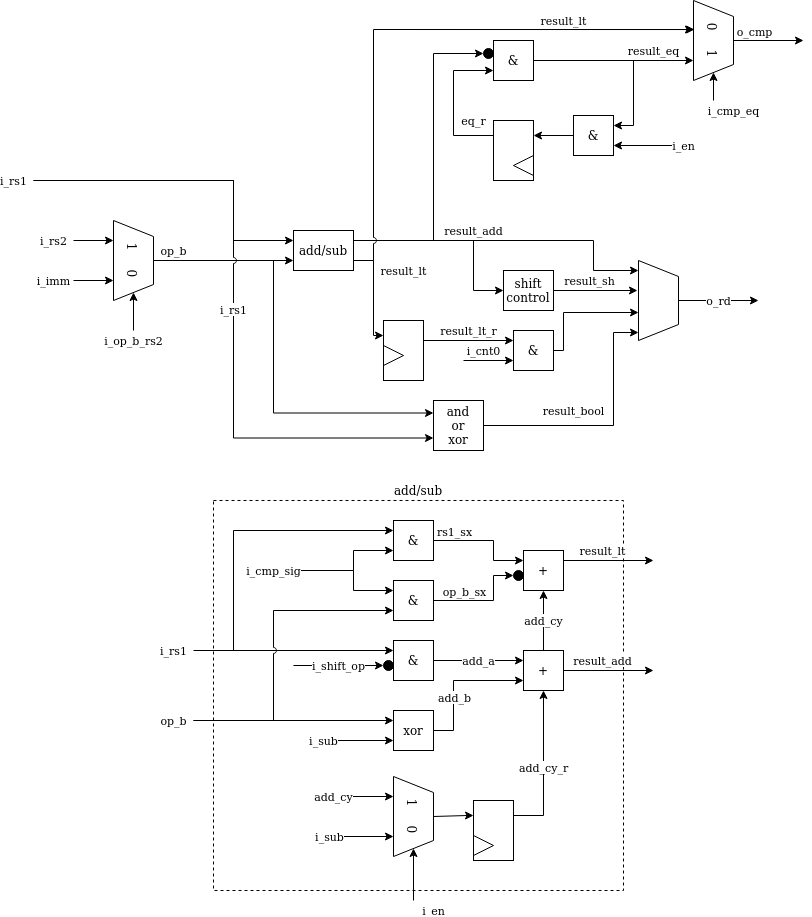
Above: doc/serv_alu_int.png in olofk/serv (draw.io), before the change. Source tidied: cells renumbered, new cells last; positions are measured from the earlier drawing's top-left corner, leaving out a move shared by most shapes.
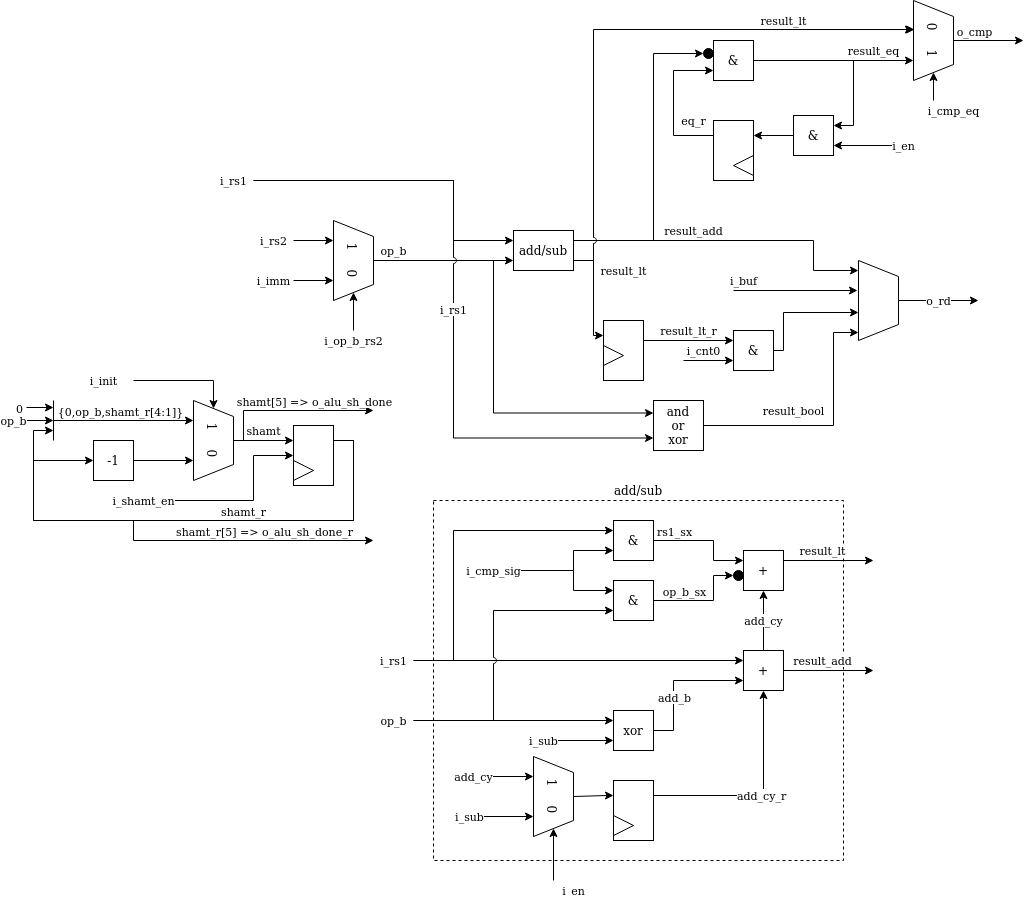
After the commit.

Commit message:
Optimize shift operations

What changed in the source:
```diff
@@ -3,16 +3,8 @@
     <mxCell id="0" />
     <mxCell id="1" parent="0" />
     <mxCell id="2" value="add/sub" style="rounded=0;whiteSpace=wrap;html=1;fillColor=none;dashed=1;labelPosition=center;verticalLabelPosition=top;align=center;verticalAlign=bottom;" parent="1" vertex="1">
-      <mxGeometry x="180" y="480" width="410" height="390" as="geometry" />
+      <mxGeometry x="180" y="480" width="410" height="360" as="geometry" />
     </mxCell>
-    <mxCell id="3" style="edgeStyle=orthogonalEdgeStyle;rounded=0;jettySize=auto;html=1;exitX=1;exitY=0.25;exitDx=0;exitDy=0;entryX=0;entryY=0.5;entryDx=0;entryDy=0;" parent="1" edge="1" source="5" target="71">
-      <mxGeometry relative="1" as="geometry">
-        <Array as="points">
-          <mxPoint x="440" y="220" />
-          <mxPoint x="440" y="270" />
-        </Array>
-      </mxGeometry>
-    </mxCell>
     <mxCell id="4" style="edgeStyle=orthogonalEdgeStyle;rounded=0;jumpStyle=arc;jettySize=auto;html=1;exitX=1;exitY=0.25;exitDx=0;exitDy=0;entryX=0;entryY=0.5;entryDx=0;entryDy=0;" parent="1" edge="1" source="5" target="35">
       <mxGeometry relative="1" as="geometry">
         <Array as="points">
@@ -49,9 +41,9 @@
     <mxCell id="10" value="+" style="whiteSpace=wrap;html=1;" parent="1" vertex="1">
       <mxGeometry x="490" y="630" width="40" height="40" as="geometry" />
     </mxCell>
-    <mxCell id="11" value="i_rs1" style="edgeStyle=orthogonalEdgeStyle;rounded=0;jettySize=auto;html=1;entryX=0;entryY=0.25;entryDx=0;entryDy=0;jumpStyle=arc;" parent="1" edge="1" target="26">
+    <mxCell id="11" value="i_rs1" style="edgeStyle=orthogonalEdgeStyle;rounded=0;jettySize=auto;html=1;entryX=0;entryY=0.25;entryDx=0;entryDy=0;jumpStyle=arc;" parent="1" edge="1" target="10">
       <mxGeometry x="-1" y="-20" relative="1" as="geometry">
-        <mxPoint x="160" y="630" as="sourcePoint" />
+        <mxPoint x="160" y="640" as="sourcePoint" />
         <mxPoint x="-20" y="-20" as="offset" />
       </mxGeometry>
     </mxCell>
@@ -82,9 +74,9 @@
     </mxCell>
     <mxCell id="17" style="edgeStyle=orthogonalEdgeStyle;rounded=0;jettySize=auto;html=1;entryX=0;entryY=0.25;entryDx=0;entryDy=0;" parent="1" edge="1" target="16">
       <mxGeometry x="0.56" y="5" relative="1" as="geometry">
-        <mxPoint x="220" y="630" as="sourcePoint" />
+        <mxPoint x="160" y="640" as="sourcePoint" />
         <Array as="points">
-          <mxPoint x="200" y="630" />
+          <mxPoint x="200" y="640" />
           <mxPoint x="200" y="510" />
         </Array>
         <mxPoint x="-5" y="5" as="offset" />
@@ -138,26 +130,6 @@
         <mxPoint x="-19" y="-13" as="offset" />
       </mxGeometry>
     </mxCell>
-    <mxCell id="25" style="group;" parent="1" vertex="1">
-      <mxGeometry x="350" y="620" width="50" height="40" as="geometry" />
-    </mxCell>
-    <mxCell id="26" value="&amp;amp;" style="whiteSpace=wrap;html=1;" parent="25" vertex="1">
-      <mxGeometry x="10" width="40" height="40" as="geometry" />
-    </mxCell>
-    <mxCell id="27" style="ellipse;whiteSpace=wrap;html=1;fillColor=#000000;" parent="25" vertex="1">
-      <mxGeometry y="20" width="10" height="10" as="geometry" />
-    </mxCell>
-    <mxCell id="28" value="i_shift_op" style="edgeStyle=orthogonalEdgeStyle;rounded=0;jettySize=auto;html=1;entryX=0;entryY=0.5;entryDx=0;entryDy=0;" parent="1" edge="1" target="27">
-      <mxGeometry relative="1" as="geometry">
-        <mxPoint x="260" y="645" as="sourcePoint" />
-      </mxGeometry>
-    </mxCell>
-    <mxCell id="29" value="&lt;div&gt;&lt;br&gt;&lt;/div&gt;" style="edgeLabel;html=1;align=center;verticalAlign=middle;" parent="28" vertex="1">
-      <mxGeometry x="-0.39" y="-16" relative="1" as="geometry" />
-    </mxCell>
-    <mxCell id="30" value="add_a" style="edgeStyle=orthogonalEdgeStyle;rounded=0;jumpStyle=arc;jettySize=auto;html=1;exitX=1;exitY=0.5;exitDx=0;exitDy=0;entryX=0;entryY=0.25;entryDx=0;entryDy=0;" parent="1" edge="1" source="26" target="10">
-      <mxGeometry relative="1" as="geometry" />
-    </mxCell>
     <mxCell id="31" value="add_cy_r" style="edgeStyle=orthogonalEdgeStyle;rounded=0;jettySize=auto;html=1;entryX=0.5;entryY=1;entryDx=0;entryDy=0;exitX=1;exitY=0.25;exitDx=0;exitDy=0;" parent="1" edge="1" source="50" target="10">
       <mxGeometry relative="1" as="geometry" />
     </mxCell>
@@ -227,7 +199,7 @@
       </mxGeometry>
     </mxCell>
     <mxCell id="49" style="group;" parent="1" vertex="1">
-      <mxGeometry x="440" y="780" width="40" height="60" as="geometry" />
+      <mxGeometry x="360" y="760" width="40" height="60" as="geometry" />
     </mxCell>
     <mxCell id="50" style="rounded=0;whiteSpace=wrap;html=1;" parent="49" vertex="1">
       <mxGeometry width="40" height="60" as="geometry" />
@@ -239,27 +211,27 @@
       <mxGeometry relative="1" as="geometry" />
     </mxCell>
     <mxCell id="53" value="1&amp;nbsp;&amp;nbsp;&amp;nbsp;&amp;nbsp; 0" style="shape=trapezoid;perimeter=trapezoidPerimeter;whiteSpace=wrap;html=1;rotation=90;" parent="1" vertex="1">
-      <mxGeometry x="340" y="776" width="80" height="40" as="geometry" />
+      <mxGeometry x="260" y="756" width="80" height="40" as="geometry" />
     </mxCell>
     <mxCell id="54" value="i_en" style="edgeStyle=orthogonalEdgeStyle;rounded=0;jettySize=auto;html=1;entryX=1;entryY=0.5;entryDx=0;entryDy=0;" parent="1" edge="1" target="53">
       <mxGeometry x="-1" y="-10" relative="1" as="geometry">
-        <mxPoint x="380" y="880" as="sourcePoint" />
+        <mxPoint x="300" y="860" as="sourcePoint" />
         <mxPoint x="10" y="10" as="offset" />
       </mxGeometry>
     </mxCell>
     <mxCell id="55" value="add_cy" style="edgeStyle=orthogonalEdgeStyle;rounded=0;jettySize=auto;html=1;entryX=0.25;entryY=1;entryDx=0;entryDy=0;" parent="1" edge="1" target="53">
       <mxGeometry x="-0.43" y="-10" relative="1" as="geometry">
-        <mxPoint x="290" y="776" as="sourcePoint" />
+        <mxPoint x="210" y="756" as="sourcePoint" />
         <Array as="points">
-          <mxPoint x="310" y="776" />
-          <mxPoint x="310" y="776" />
+          <mxPoint x="230" y="756" />
+          <mxPoint x="230" y="756" />
         </Array>
         <mxPoint x="-10" y="-10" as="offset" />
       </mxGeometry>
     </mxCell>
     <mxCell id="56" value="i_sub" style="edgeStyle=orthogonalEdgeStyle;rounded=0;jettySize=auto;html=1;entryX=0.75;entryY=1;entryDx=0;entryDy=0;" parent="1" edge="1" target="53">
       <mxGeometry x="-0.2" y="-28" relative="1" as="geometry">
-        <mxPoint x="300" y="816" as="sourcePoint" />
+        <mxPoint x="220" y="796" as="sourcePoint" />
         <mxPoint x="-28" y="-28" as="offset" />
       </mxGeometry>
     </mxCell>
@@ -306,8 +278,10 @@
         </Array>
       </mxGeometry>
     </mxCell>
-    <mxCell id="65" value="result_sh" style="edgeStyle=orthogonalEdgeStyle;rounded=0;jumpStyle=arc;jettySize=auto;html=1;entryX=0.375;entryY=1.025;entryDx=0;entryDy=0;entryPerimeter=0;exitX=1;exitY=0.5;exitDx=0;exitDy=0;" parent="1" edge="1" source="71" target="63">
-      <mxGeometry x="-0.14" y="10" relative="1" as="geometry" />
+    <mxCell id="65" value="i_buf" style="edgeStyle=orthogonalEdgeStyle;rounded=0;jumpStyle=arc;jettySize=auto;html=1;entryX=0.375;entryY=1.025;entryDx=0;entryDy=0;entryPerimeter=0;" parent="1" edge="1" target="63">
+      <mxGeometry x="-0.84" y="10" relative="1" as="geometry">
+        <mxPoint x="480" y="270" as="sourcePoint" />
+      </mxGeometry>
     </mxCell>
     <mxCell id="66" style="edgeStyle=orthogonalEdgeStyle;rounded=0;jumpStyle=arc;jettySize=auto;html=1;exitX=1;exitY=0.5;exitDx=0;exitDy=0;" parent="1" edge="1" source="67">
       <mxGeometry x="0.13" y="12" relative="1" as="geometry">
@@ -340,9 +314,6 @@
         </Array>
       </mxGeometry>
     </mxCell>
-    <mxCell id="71" value="&lt;div&gt;shift&lt;/div&gt;&lt;div&gt;control&lt;br&gt;&lt;/div&gt;" style="rounded=0;whiteSpace=wrap;html=1;" parent="1" vertex="1">
-      <mxGeometry x="470" y="250" width="50" height="40" as="geometry" />
-    </mxCell>
     <mxCell id="72" value="result_lt" style="edgeStyle=orthogonalEdgeStyle;rounded=0;jumpStyle=arc;jettySize=auto;html=1;entryX=0;entryY=0.25;entryDx=0;entryDy=0;exitX=1;exitY=0.75;exitDx=0;exitDy=0;" parent="1" edge="1" source="5" target="41">
       <mxGeometry x="-0.62" y="-32" relative="1" as="geometry">
         <Array as="points">
@@ -416,5 +387,136 @@
         </Array>
       </mxGeometry>
     </mxCell>
+    <mxCell id="84" style="group;" parent="1" vertex="1">
+      <mxGeometry x="40" y="405" width="40" height="60" as="geometry" />
+    </mxCell>
+    <mxCell id="85" style="rounded=0;whiteSpace=wrap;html=1;" parent="84" vertex="1">
+      <mxGeometry width="40" height="60" as="geometry" />
+    </mxCell>
+    <mxCell id="86" style="triangle;whiteSpace=wrap;html=1;" parent="84" vertex="1">
+      <mxGeometry y="35" width="20" height="20" as="geometry" />
+    </mxCell>
+    <mxCell id="87" value="shamt" style="edgeStyle=orthogonalEdgeStyle;rounded=0;jettySize=auto;html=1;exitX=0.5;exitY=0;exitDx=0;exitDy=0;entryX=0;entryY=0.25;entryDx=0;entryDy=0;" parent="1" edge="1" source="88" target="85">
+      <mxGeometry y="10" relative="1" as="geometry" />
+    </mxCell>
+    <mxCell id="88" value="1&amp;nbsp;&amp;nbsp;&amp;nbsp;&amp;nbsp; 0" style="shape=trapezoid;perimeter=trapezoidPerimeter;whiteSpace=wrap;html=1;rotation=90;" parent="1" vertex="1">
+      <mxGeometry x="-80" y="400" width="80" height="40" as="geometry" />
+    </mxCell>
+    <mxCell id="89" value="i_init" style="edgeStyle=orthogonalEdgeStyle;rounded=0;jettySize=auto;html=1;entryX=0;entryY=0.5;entryDx=0;entryDy=0;jumpStyle=arc;" parent="1" edge="1" target="88">
+      <mxGeometry x="-1" y="-30" relative="1" as="geometry">
+        <mxPoint x="-120" y="360" as="sourcePoint" />
+        <mxPoint x="-30" y="-30" as="offset" />
+      </mxGeometry>
+    </mxCell>
+    <mxCell id="90" style="edgeStyle=orthogonalEdgeStyle;rounded=0;jettySize=auto;html=1;exitX=1;exitY=0.5;exitDx=0;exitDy=0;entryX=0.75;entryY=1;entryDx=0;entryDy=0;" parent="1" edge="1" source="91" target="88">
+      <mxGeometry relative="1" as="geometry" />
+    </mxCell>
+    <mxCell id="91" value="-1" style="whiteSpace=wrap;html=1;" parent="1" vertex="1">
+      <mxGeometry x="-160" y="420" width="40" height="40" as="geometry" />
+    </mxCell>
+    <mxCell id="92" style="endArrow=none;html=1;" parent="1" edge="1">
+      <mxGeometry relative="1" as="geometry">
+        <mxPoint x="-200" y="420" as="sourcePoint" />
+        <mxPoint x="-200" y="380" as="targetPoint" />
+      </mxGeometry>
+    </mxCell>
+    <mxCell id="93" style="edgeStyle=orthogonalEdgeStyle;rounded=0;jettySize=auto;html=1;entryX=0.25;entryY=1;entryDx=0;entryDy=0;" parent="1" edge="1" target="88">
+      <mxGeometry relative="1" as="geometry">
+        <mxPoint x="-200" y="400" as="sourcePoint" />
+      </mxGeometry>
+    </mxCell>
+    <mxCell id="94" value="{0,op_b,shamt_r[4:1]}" style="edgeLabel;html=1;align=center;verticalAlign=middle;" parent="93" vertex="1">
+      <mxGeometry x="-0.3" y="-3" relative="1" as="geometry">
+        <mxPoint x="17" y="-13" as="offset" />
+      </mxGeometry>
+    </mxCell>
+    <mxCell id="95" style="edgeStyle=orthogonalEdgeStyle;rounded=0;orthogonalLoop=1;jettySize=auto;html=1;" parent="1" edge="1">
+      <mxGeometry relative="1" as="geometry">
+        <mxPoint x="-227" y="387" as="sourcePoint" />
+        <mxPoint x="-200" y="387" as="targetPoint" />
+      </mxGeometry>
+    </mxCell>
+    <mxCell id="96" value="0" style="edgeLabel;html=1;align=center;verticalAlign=middle;" parent="95" vertex="1">
+      <mxGeometry x="-0.3" y="-3" relative="1" as="geometry">
+        <mxPoint x="-17" y="-3" as="offset" />
+      </mxGeometry>
+    </mxCell>
+    <mxCell id="97" style="edgeStyle=orthogonalEdgeStyle;rounded=0;jettySize=auto;html=1;exitX=0.5;exitY=0;exitDx=0;exitDy=0;" parent="1" edge="1" source="88">
+      <mxGeometry x="-0.33" y="10" relative="1" as="geometry">
+        <mxPoint x="120" y="390" as="targetPoint" />
+        <Array as="points">
+          <mxPoint x="-10" y="420" />
+          <mxPoint x="-10" y="390" />
+        </Array>
+      </mxGeometry>
+    </mxCell>
+    <mxCell id="98" value="shamt[5] =&amp;gt; o_alu_sh_done" style="edgeLabel;html=1;align=center;verticalAlign=middle;" parent="97" vertex="1">
+      <mxGeometry x="0.28" y="-1" relative="1" as="geometry">
+        <mxPoint x="1" y="-11" as="offset" />
+      </mxGeometry>
+    </mxCell>
+    <mxCell id="99" style="edgeStyle=orthogonalEdgeStyle;rounded=0;jettySize=auto;html=1;exitX=1;exitY=0.25;exitDx=0;exitDy=0;" parent="1" edge="1" source="85">
+      <mxGeometry relative="1" as="geometry">
+        <mxPoint x="120" y="520" as="targetPoint" />
+        <Array as="points">
+          <mxPoint x="100" y="420" />
+          <mxPoint x="100" y="500" />
+          <mxPoint x="-120" y="500" />
+          <mxPoint x="-120" y="520" />
+        </Array>
+      </mxGeometry>
+    </mxCell>
+    <mxCell id="100" value="shamt_r[5] =&amp;gt; o_alu_sh_done_r" style="edgeLabel;html=1;align=center;verticalAlign=middle;" parent="99" vertex="1">
+      <mxGeometry x="-0.3" y="-3" relative="1" as="geometry">
+        <mxPoint x="13" y="13" as="offset" />
+      </mxGeometry>
+    </mxCell>
+    <mxCell id="101" style="edgeStyle=orthogonalEdgeStyle;rounded=0;jettySize=auto;html=1;exitX=1;exitY=0.25;exitDx=0;exitDy=0;entryX=0;entryY=0.5;entryDx=0;entryDy=0;" parent="1" edge="1" source="85" target="91">
+      <mxGeometry relative="1" as="geometry">
+        <Array as="points">
+          <mxPoint x="100" y="420" />
+          <mxPoint x="100" y="500" />
+          <mxPoint x="-220" y="500" />
+          <mxPoint x="-220" y="440" />
+        </Array>
+      </mxGeometry>
+    </mxCell>
+    <mxCell id="102" style="edgeStyle=orthogonalEdgeStyle;rounded=0;jettySize=auto;html=1;exitX=1;exitY=0.25;exitDx=0;exitDy=0;" parent="1" edge="1" source="85">
+      <mxGeometry relative="1" as="geometry">
+        <mxPoint x="-200" y="410" as="targetPoint" />
+        <Array as="points">
+          <mxPoint x="100" y="420" />
+          <mxPoint x="100" y="500" />
+          <mxPoint x="-220" y="500" />
+          <mxPoint x="-220" y="410" />
+        </Array>
+      </mxGeometry>
+    </mxCell>
+    <mxCell id="103" value="shamt_r" style="edgeLabel;html=1;align=center;verticalAlign=middle;" parent="102" vertex="1">
+      <mxGeometry x="-0.3" y="-3" relative="1" as="geometry">
+        <mxPoint x="-26" y="-7" as="offset" />
+      </mxGeometry>
+    </mxCell>
+    <mxCell id="104" value="i_shamt_en" style="edgeStyle=orthogonalEdgeStyle;rounded=0;jettySize=auto;html=1;entryX=0;entryY=0.5;entryDx=0;entryDy=0;jumpStyle=arc;" parent="1" edge="1" target="85">
+      <mxGeometry x="-1" y="-30" relative="1" as="geometry">
+        <mxPoint x="-80" y="480" as="sourcePoint" />
+        <Array as="points">
+          <mxPoint y="480" />
+          <mxPoint y="435" />
+        </Array>
+        <mxPoint x="-30" y="-30" as="offset" />
+      </mxGeometry>
+    </mxCell>
+    <mxCell id="105" value="op_b" style="edgeStyle=orthogonalEdgeStyle;rounded=0;orthogonalLoop=1;jettySize=auto;html=1;jumpStyle=arc;" parent="1" edge="1">
+      <mxGeometry x="-1" y="-10" relative="1" as="geometry">
+        <mxPoint x="-230" y="400" as="sourcePoint" />
+        <mxPoint x="-200" y="400" as="targetPoint" />
+        <Array as="points">
+          <mxPoint x="-230" y="400" />
+          <mxPoint x="-230" y="400" />
+        </Array>
+        <mxPoint x="-10" y="-10" as="offset" />
+      </mxGeometry>
+    </mxCell>
   </root>
 </mxGraphModel>
```
